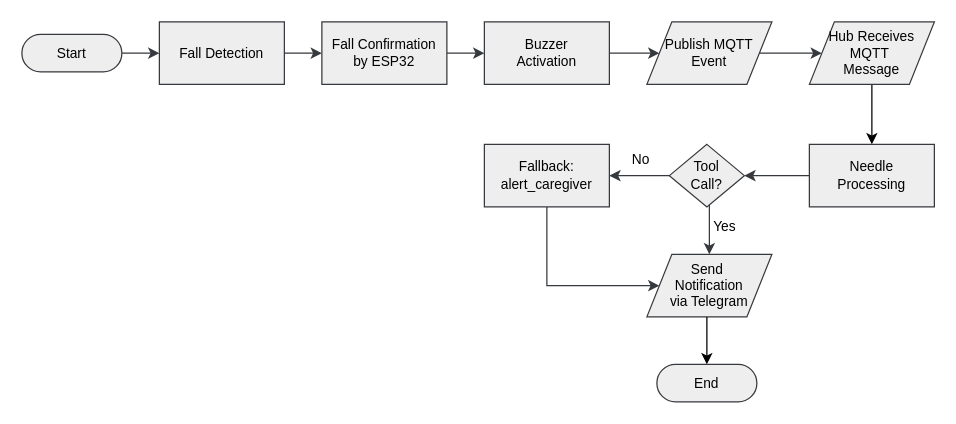
Before: page "Page-3" (3 of 5) of lib/4_1.drawio in michalisssss/Fall-Detection-System, a draw.io diagram. Source tidied: cells renumbered, new cells numbered last; positions are measured from the earlier drawing's top-left corner, leaving out a move shared by most shapes. Both pictures are drawn from the tidied source at 125%, with x=0, y=0 at pixel (21, 21).
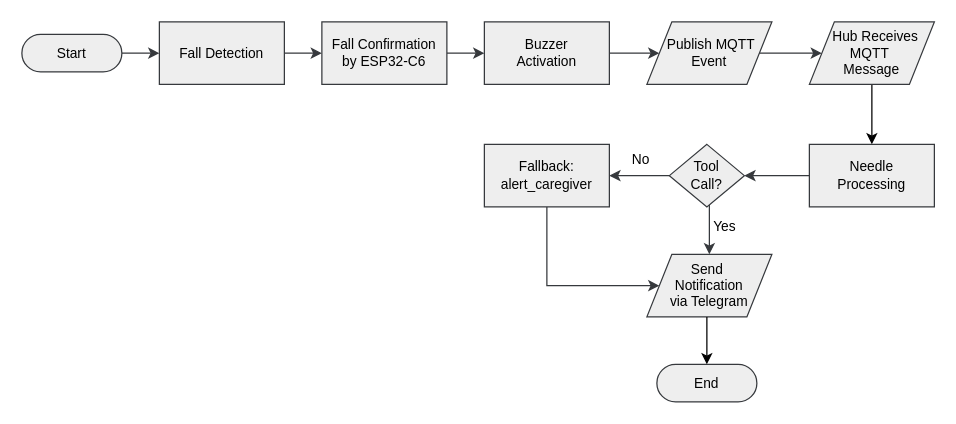
Above is the later version.

What changed in the source:
```diff
@@
-    <mxCell id="7" value="Fall Confirmation&lt;div&gt;by ESP32&lt;/div&gt;" style="html=1;dashed=0;whiteSpace=wrap;fontSize=11;fillColor=#eeeeee;strokeColor=#36393d;" parent="1" vertex="1">
+    <mxCell id="7" value="Fall Confirmation&lt;div&gt;by ESP32-C6&lt;/div&gt;" style="html=1;dashed=0;whiteSpace=wrap;fontSize=11;fillColor=#eeeeee;strokeColor=#36393d;" parent="1" vertex="1">
       <mxGeometry x="240" width="100" height="50" as="geometry" />
     </mxCell>
@@
-    <mxCell id="11" value="Publish MQTT Event" style="shape=parallelogram;perimeter=parallelogramPerimeter;whiteSpace=wrap;html=1;dashed=0;fontSize=11;fillColor=#eeeeee;strokeColor=#36393d;" parent="1" vertex="1">
+    <mxCell id="11" value="&amp;nbsp;Publish MQTT Event" style="shape=parallelogram;perimeter=parallelogramPerimeter;whiteSpace=wrap;html=1;dashed=0;fontSize=11;fillColor=#eeeeee;strokeColor=#36393d;" parent="1" vertex="1">
       <mxGeometry x="500" width="100" height="50" as="geometry" />
     </mxCell>
@@
-    <mxCell id="13" value="Hub Receives MQTT&amp;nbsp;&lt;div&gt;Message&lt;/div&gt;" style="shape=parallelogram;perimeter=parallelogramPerimeter;whiteSpace=wrap;html=1;dashed=0;fontSize=11;fillColor=#eeeeee;strokeColor=#36393d;" parent="1" vertex="1">
+    <mxCell id="13" value="&amp;nbsp; Hub Receives MQTT&amp;nbsp;&lt;div&gt;Message&lt;/div&gt;" style="shape=parallelogram;perimeter=parallelogramPerimeter;whiteSpace=wrap;html=1;dashed=0;fontSize=11;fillColor=#eeeeee;strokeColor=#36393d;" parent="1" vertex="1">
       <mxGeometry x="630" width="100" height="50" as="geometry" />
     </mxCell>
```
